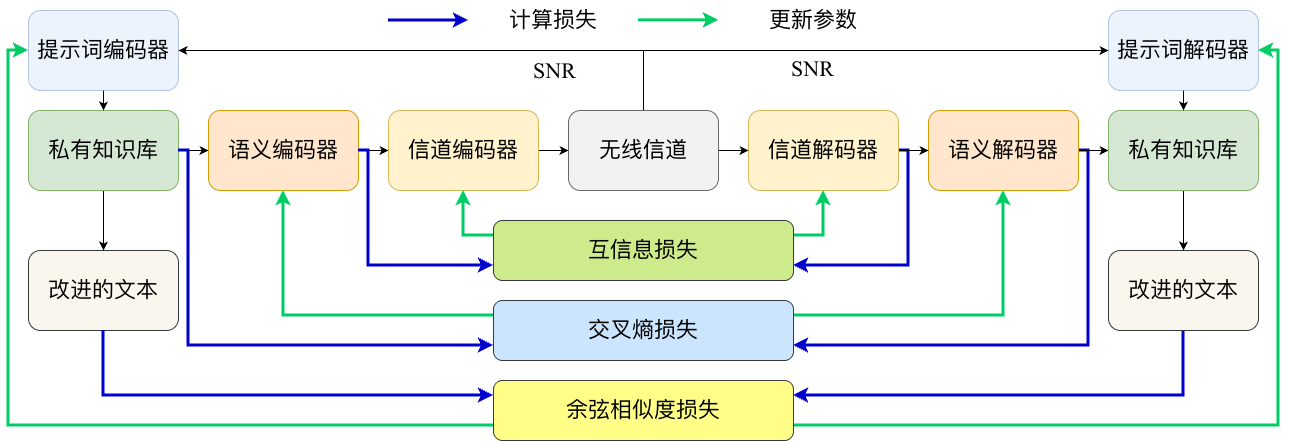
The draw.io diagram LGM-TSC/GKB2.png in Murasame-sway/paper_image, before a commit. Source tidied: cells renumbered, new cells last; positions are measured from the earlier drawing's top-left corner, leaving out a move shared by most shapes.
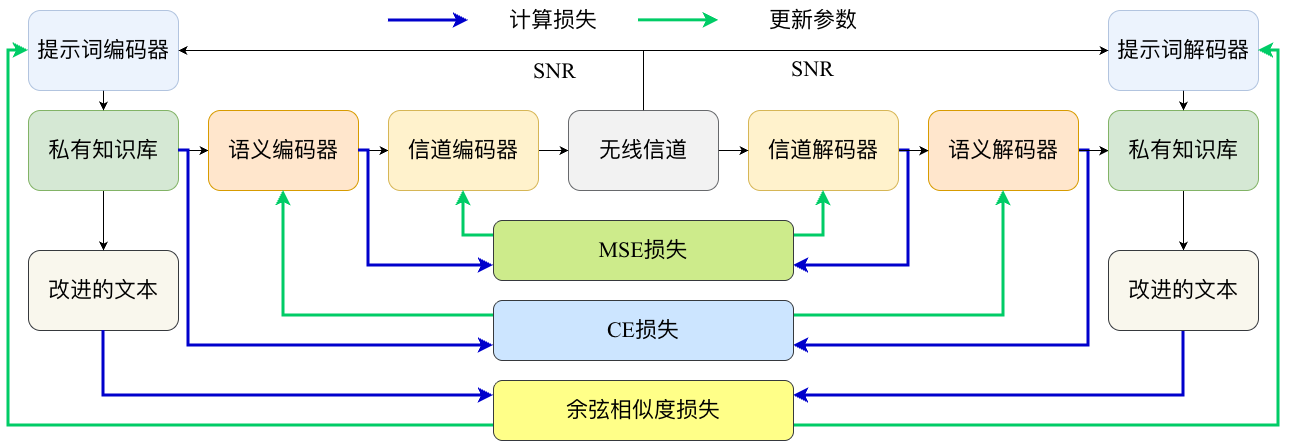
The same diagram one commit later.

What changed in the source:
```diff
@@ -114,7 +114,7 @@
     <mxCell id="29" style="edgeStyle=orthogonalEdgeStyle;rounded=0;jettySize=auto;html=1;exitX=0;exitY=0.25;exitDx=0;exitDy=0;entryX=0.5;entryY=1;entryDx=0;entryDy=0;strokeColor=#00CC66;strokeWidth=3;align=center;verticalAlign=middle;fontFamily=Times New Roman;fontSize=22;fontColor=default;labelBackgroundColor=default;endArrow=classic;fontStyle=0;" parent="1" edge="1" source="30" target="18">
       <mxGeometry relative="1" as="geometry" />
     </mxCell>
-    <mxCell id="30" value="&lt;div style=&quot;font-size: 22px;&quot;&gt;互信息损失&lt;/div&gt;" style="rounded=1;whiteSpace=wrap;html=1;fillColor=#cdeb8b;strokeColor=#36393d;fontFamily=Times New Roman;fontStyle=0;fontSize=22;" parent="1" vertex="1">
+    <mxCell id="30" value="&lt;div style=&quot;font-size: 22px;&quot;&gt;MSE损失&lt;/div&gt;" style="rounded=1;whiteSpace=wrap;html=1;fillColor=#cdeb8b;strokeColor=#36393d;fontFamily=Times New Roman;fontStyle=0;fontSize=22;" parent="1" vertex="1">
       <mxGeometry x="465" y="220" width="300" height="60" as="geometry" />
     </mxCell>
     <mxCell id="31" style="edgeStyle=orthogonalEdgeStyle;rounded=0;jettySize=auto;html=1;exitX=1;exitY=0.25;exitDx=0;exitDy=0;entryX=0.5;entryY=1;entryDx=0;entryDy=0;strokeColor=#00CC66;strokeWidth=3;align=center;verticalAlign=middle;fontFamily=Times New Roman;fontSize=22;fontColor=default;labelBackgroundColor=default;endArrow=classic;fontStyle=0;" parent="1" edge="1" source="33" target="15">
@@ -123,7 +123,7 @@
     <mxCell id="32" style="edgeStyle=orthogonalEdgeStyle;rounded=0;jettySize=auto;html=1;exitX=0;exitY=0.25;exitDx=0;exitDy=0;entryX=0.5;entryY=1;entryDx=0;entryDy=0;strokeColor=#00CC66;strokeWidth=3;align=center;verticalAlign=middle;fontFamily=Times New Roman;fontSize=22;fontColor=default;labelBackgroundColor=default;endArrow=classic;fontStyle=0;" parent="1" edge="1" source="33" target="11">
       <mxGeometry relative="1" as="geometry" />
     </mxCell>
-    <mxCell id="33" value="&lt;div style=&quot;font-size: 22px;&quot;&gt;&lt;span style=&quot;font-size: 22px;&quot;&gt;&lt;span style=&quot;font-size: 22px;&quot;&gt;交叉熵损失&lt;/span&gt;&lt;/span&gt;&lt;/div&gt;" style="rounded=1;whiteSpace=wrap;html=1;fillColor=#cce5ff;strokeColor=#36393d;fontFamily=Times New Roman;fontStyle=0;fontSize=22;" parent="1" vertex="1">
+    <mxCell id="33" value="&lt;div style=&quot;font-size: 22px;&quot;&gt;&lt;span style=&quot;font-size: 22px;&quot;&gt;&lt;span style=&quot;font-size: 22px;&quot;&gt;CE损失&lt;/span&gt;&lt;/span&gt;&lt;/div&gt;" style="rounded=1;whiteSpace=wrap;html=1;fillColor=#cce5ff;strokeColor=#36393d;fontFamily=Times New Roman;fontStyle=0;fontSize=22;" parent="1" vertex="1">
       <mxGeometry x="465" y="300" width="300" height="60" as="geometry" />
     </mxCell>
     <mxCell id="34" style="edgeStyle=orthogonalEdgeStyle;rounded=0;jettySize=auto;html=1;exitX=0;exitY=0.75;exitDx=0;exitDy=0;entryX=0;entryY=0.5;entryDx=0;entryDy=0;strokeColor=#00CC66;strokeWidth=3;align=center;verticalAlign=middle;fontFamily=Times New Roman;fontSize=22;fontColor=default;labelBackgroundColor=default;endArrow=classic;fontStyle=0;" parent="1" edge="1" source="36" target="8">
```
